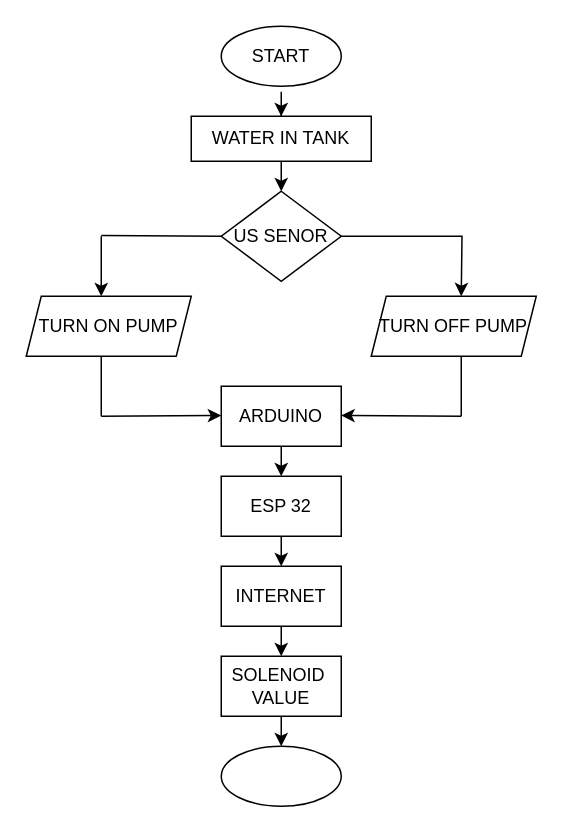
miheer1/Coursera keeps this draw.io diagram as Untitled Diagram.drawio. Above is the earlier version. Source tidied: cells renumbered, new cells numbered last; positions are measured from the earlier drawing's top-left corner, leaving out a move shared by most shapes. Both pictures are drawn from the tidied source at 150%, with x=0, y=0 at pixel (26, 26).
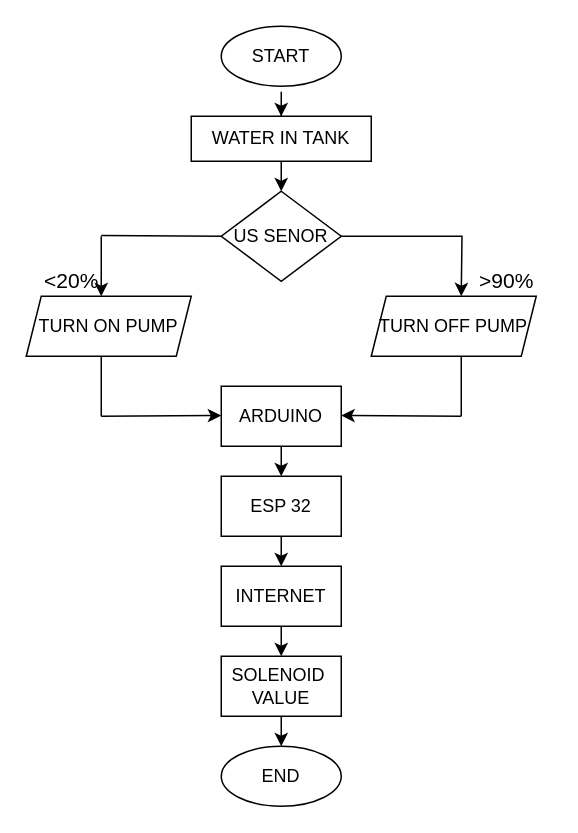
The same page after the edit.

What changed in the source:
```diff
@@
-    <mxCell id="25" style="ellipse;whiteSpace=wrap;html=1;" parent="1" vertex="1">
+    <mxCell id="25" value="END" style="ellipse;whiteSpace=wrap;html=1;" parent="1" vertex="1">
       <mxGeometry x="130" y="480" width="80" height="40" as="geometry" />
     </mxCell>
+    <mxCell id="26" value="&lt;span style=&quot;font-weight: normal; font-size: 14px;&quot;&gt;&amp;lt;20%&lt;/span&gt;" style="text;strokeColor=none;fillColor=none;html=1;fontSize=14;fontStyle=1;verticalAlign=middle;align=center;" parent="1" vertex="1">
+      <mxGeometry y="160" width="60" height="20" as="geometry" />
+    </mxCell>
+    <mxCell id="27" value="&lt;span style=&quot;font-weight: 400&quot;&gt;&amp;gt;90%&lt;/span&gt;" style="text;strokeColor=none;fillColor=none;html=1;fontSize=14;fontStyle=1;verticalAlign=middle;align=center;" parent="1" vertex="1">
+      <mxGeometry x="290" y="160" width="60" height="20" as="geometry" />
+    </mxCell>
```
